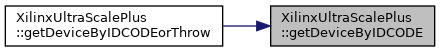
The Graphviz diagram classXilinxUltraScalePlus_ac6b62d574927bf0a5b301313f93aa03a_icgraph.png in FPGA-Research-Manchester/byteman, before a commit. Its source is kept beside it as classXilinxUltraScalePlus_ac6b62d574927bf0a5b301313f93aa03a_icgraph.dot.
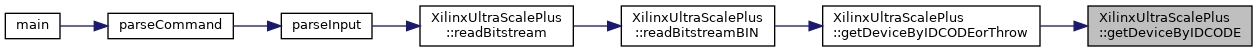
The same file after the commit.

What changed in the source:
```diff
@@ -6,4 +6,14 @@
   Node1 [label="XilinxUltraScalePlus\l::getDeviceByIDCODE",height=0.2,width=0.4,color="black", fillcolor="grey75", style="filled", fontcolor="black",tooltip=" "];
   Node1 -> Node2 [dir="back",color="midnightblue",fontsize="10",style="solid",fontname="Helvetica"];
   Node2 [label="XilinxUltraScalePlus\l::getDeviceByIDCODEorThrow",height=0.2,width=0.4,color="black", fillcolor="white", style="filled",URL="$classXilinxUltraScalePlus.html#a260e46db70345e03ee37836fb84b7e9f",tooltip=" "];
+  Node2 -> Node3 [dir="back",color="midnightblue",fontsize="10",style="solid",fontname="Helvetica"];
+  Node3 [label="XilinxUltraScalePlus\l::readBitstreamBIN",height=0.2,width=0.4,color="black", fillcolor="white", style="filled",URL="$classXilinxUltraScalePlus.html#ae197b2b5b423cd1be99409c70f51bc37",tooltip=" "];
+  Node3 -> Node4 [dir="back",color="midnightblue",fontsize="10",style="solid",fontname="Helvetica"];
+  Node4 [label="XilinxUltraScalePlus\l::readBitstream",height=0.2,width=0.4,color="black", fillcolor="white", style="filled",URL="$classXilinxUltraScalePlus.html#a0e5d08a2e5c37a29a1a04d50b48739d2",tooltip=" "];
+  Node4 -> Node5 [dir="back",color="midnightblue",fontsize="10",style="solid",fontname="Helvetica"];
+  Node5 [label="parseInput",height=0.2,width=0.4,color="black", fillcolor="white", style="filled",URL="$byteman_8cpp.html#a4dbd88e4909b2f0429f9d0b2fc2608bb",tooltip=" "];
+  Node5 -> Node6 [dir="back",color="midnightblue",fontsize="10",style="solid",fontname="Helvetica"];
+  Node6 [label="parseCommand",height=0.2,width=0.4,color="black", fillcolor="white", style="filled",URL="$byteman_8cpp.html#a913ad3944130fafece24fe460db9b6aa",tooltip=" "];
+  Node6 -> Node7 [dir="back",color="midnightblue",fontsize="10",style="solid",fontname="Helvetica"];
+  Node7 [label="main",height=0.2,width=0.4,color="black", fillcolor="white", style="filled",URL="$byteman_8cpp.html#a0ddf1224851353fc92bfbff6f499fa97",tooltip=" "];
 }
```
